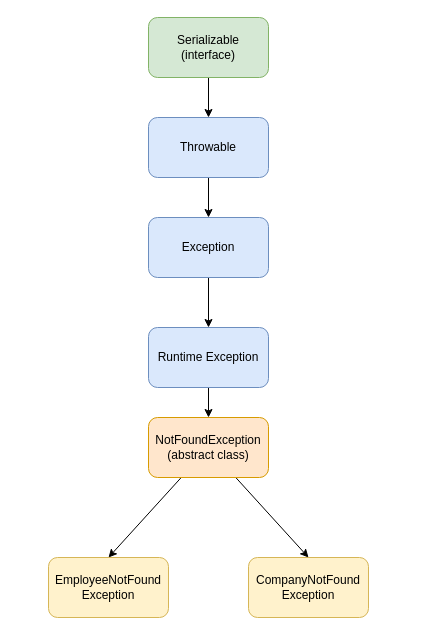
Above: page "Error Handling" (8 of 8) of Drawing.drawio in zcomert/java-mysql-react-full-stack-employee-spa (draw.io), before the change. Source tidied: cells renumbered, new cells numbered last; positions are measured from the earlier drawing's top-left corner, leaving out a move shared by most shapes. Both pictures are drawn from the tidied source at 100%, with x=0, y=0 at pixel (48, 17).
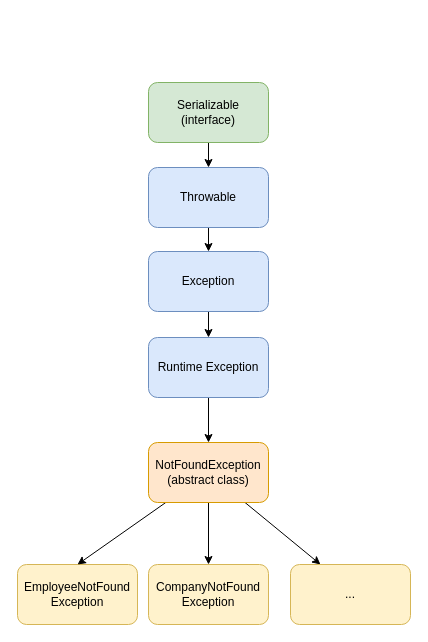
After the change.

Change to the diagram source:
```diff
@@
 <mxGraphModel>
   <root>
     <mxCell id="0" />
     <mxCell id="1" parent="0" />
     <mxCell id="2" value="EmployeeNotFound&lt;br&gt;Exception" style="rounded=1;whiteSpace=wrap;html=1;fillColor=#fff2cc;strokeColor=#d6b656;" parent="1" vertex="1">
-      <mxGeometry y="540" width="120" height="60" as="geometry" />
+      <mxGeometry x="-31" y="547" width="120" height="60" as="geometry" />
     </mxCell>
     <mxCell id="3" value="CompanyNotFound&lt;br&gt;Exception" style="rounded=1;whiteSpace=wrap;html=1;fillColor=#fff2cc;strokeColor=#d6b656;" parent="1" vertex="1">
-      <mxGeometry x="200" y="540" width="120" height="60" as="geometry" />
+      <mxGeometry x="100" y="547" width="120" height="60" as="geometry" />
     </mxCell>
     <mxCell id="4" style="rounded=0;jettySize=auto;html=1;entryX=0.5;entryY=0;entryDx=0;entryDy=0;" parent="1" edge="1" source="6" target="2">
       <mxGeometry relative="1" as="geometry" />
     </mxCell>
     <mxCell id="5" style="edgeStyle=none;rounded=0;jettySize=auto;html=1;entryX=0.5;entryY=0;entryDx=0;entryDy=0;" parent="1" edge="1" source="6" target="3">
       <mxGeometry relative="1" as="geometry" />
     </mxCell>
+    <mxCell id="15" style="edgeStyle=none;rounded=0;jettySize=auto;html=1;entryX=0.25;entryY=0;entryDx=0;entryDy=0;" parent="1" edge="1" source="6" target="16">
+      <mxGeometry relative="1" as="geometry" />
+    </mxCell>
     <mxCell id="6" value="NotFoundException&lt;br&gt;(abstract class)" style="rounded=1;whiteSpace=wrap;html=1;fillColor=#ffe6cc;strokeColor=#d79b00;" parent="1" vertex="1">
-      <mxGeometry x="100" y="400" width="120" height="60" as="geometry" />
+      <mxGeometry x="100" y="425" width="120" height="60" as="geometry" />
     </mxCell>
     <mxCell id="7" style="edgeStyle=orthogonalEdgeStyle;rounded=0;jettySize=auto;html=1;" parent="1" edge="1" source="8" target="6">
       <mxGeometry relative="1" as="geometry" />
     </mxCell>
     <mxCell id="8" value="Runtime Exception" style="rounded=1;whiteSpace=wrap;html=1;fillColor=#dae8fc;strokeColor=#6c8ebf;" parent="1" vertex="1">
-      <mxGeometry x="100" y="310" width="120" height="60" as="geometry" />
+      <mxGeometry x="100" y="320" width="120" height="60" as="geometry" />
     </mxCell>
     <mxCell id="9" style="edgeStyle=orthogonalEdgeStyle;rounded=0;jettySize=auto;html=1;" parent="1" edge="1" source="10" target="8">
       <mxGeometry relative="1" as="geometry" />
     </mxCell>
     <mxCell id="10" value="Exception" style="rounded=1;whiteSpace=wrap;html=1;fillColor=#dae8fc;strokeColor=#6c8ebf;" parent="1" vertex="1">
-      <mxGeometry x="100" y="200" width="120" height="60" as="geometry" />
+      <mxGeometry x="100" y="234" width="120" height="60" as="geometry" />
     </mxCell>
     <mxCell id="11" style="edgeStyle=orthogonalEdgeStyle;rounded=0;jettySize=auto;html=1;" parent="1" edge="1" source="12" target="10">
       <mxGeometry relative="1" as="geometry" />
     </mxCell>
     <mxCell id="12" value="Throwable" style="rounded=1;whiteSpace=wrap;html=1;fillColor=#dae8fc;strokeColor=#6c8ebf;" parent="1" vertex="1">
-      <mxGeometry x="100" y="100" width="120" height="60" as="geometry" />
+      <mxGeometry x="100" y="150" width="120" height="60" as="geometry" />
     </mxCell>
     <mxCell id="13" style="edgeStyle=none;rounded=0;jettySize=auto;html=1;entryX=0.5;entryY=0;entryDx=0;entryDy=0;" parent="1" edge="1" source="14" target="12">
       <mxGeometry relative="1" as="geometry" />
     </mxCell>
     <mxCell id="14" value="Serializable&lt;br&gt;(interface)" style="rounded=1;whiteSpace=wrap;html=1;fillColor=#d5e8d4;strokeColor=#82b366;" parent="1" vertex="1">
-      <mxGeometry x="100" width="120" height="60" as="geometry" />
+      <mxGeometry x="100" y="65" width="120" height="60" as="geometry" />
     </mxCell>
+    <mxCell id="16" value="..." style="rounded=1;whiteSpace=wrap;html=1;fillColor=#fff2cc;strokeColor=#d6b656;" parent="1" vertex="1">
+      <mxGeometry x="242" y="547" width="120" height="60" as="geometry" />
+    </mxCell>
   </root>
 </mxGraphModel>
```
